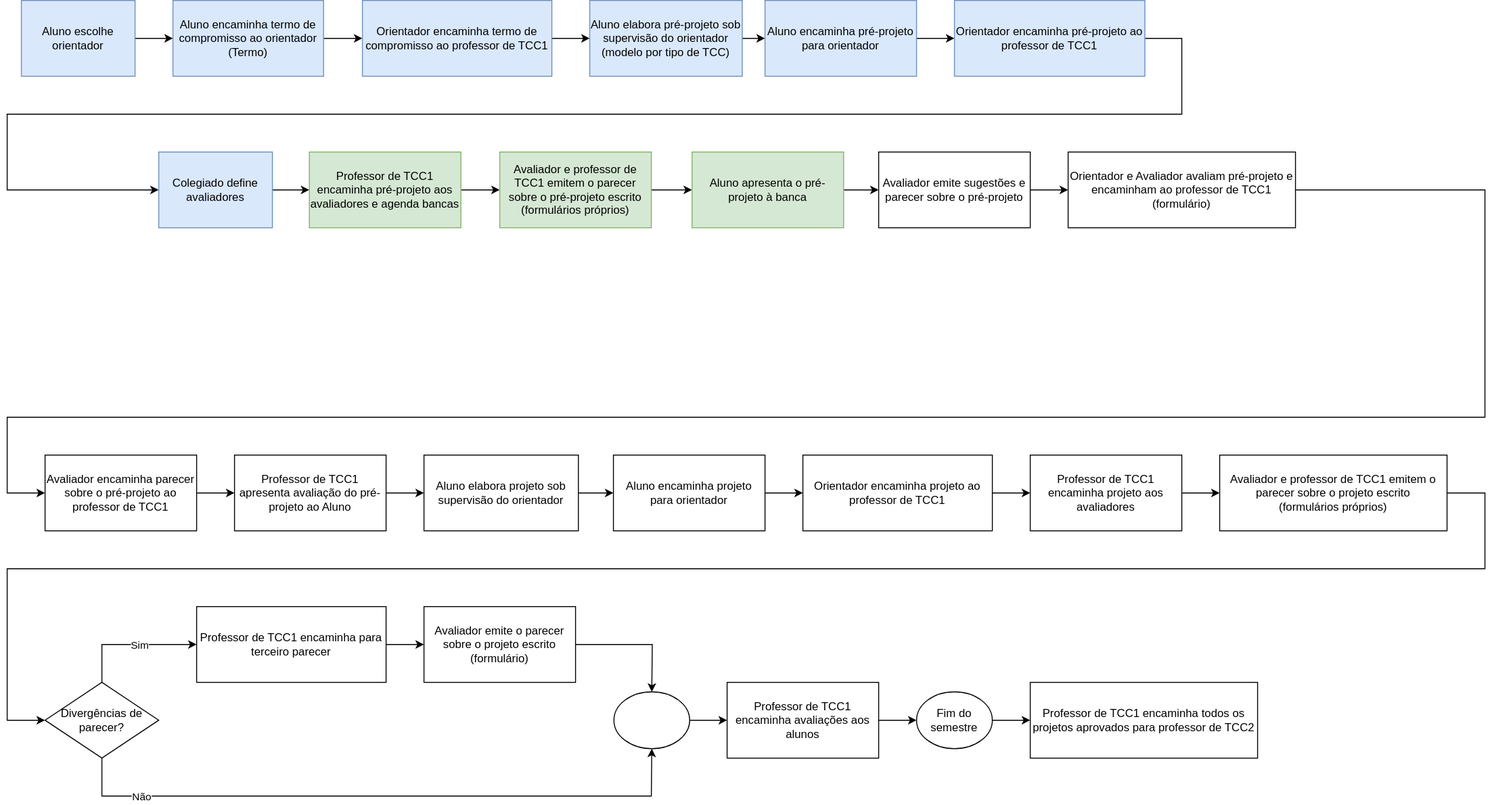
This is _BCC/Cronogramas/cronogramaFluxograma.drawio.svg from dalton-reis/disciplina_TCC1_Privado, a draw.io export, as it was before one commit. Source tidied: cells renumbered, new cells last; positions are measured from the earlier drawing's top-left corner, leaving out a move shared by most shapes.
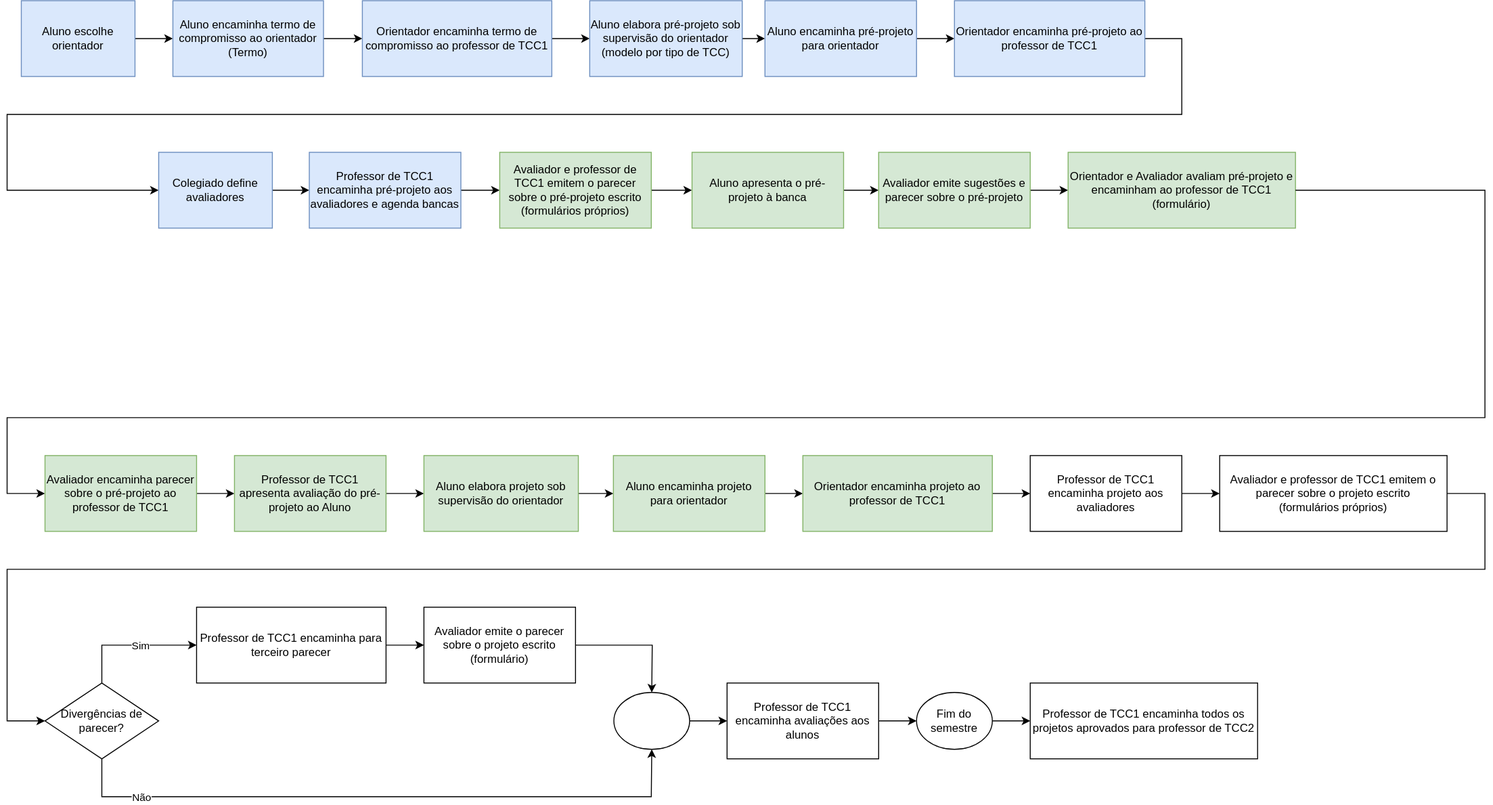
Above is the later version.

What changed in the source:
```diff
@@ -57,7 +57,7 @@
     <mxCell id="17" style="edgeStyle=orthogonalEdgeStyle;rounded=0;jettySize=auto;html=1;fontColor=#000000;" parent="1" edge="1" source="18" target="27">
       <mxGeometry relative="1" as="geometry" />
     </mxCell>
-    <mxCell id="18" value="Professor de TCC1 encaminha pré-projeto aos avaliadores e agenda bancas" style="whiteSpace=wrap;html=1;fillColor=#d5e8d4;strokeColor=#82b366;" parent="1" vertex="1">
+    <mxCell id="18" value="Professor de TCC1 encaminha pré-projeto aos avaliadores e agenda bancas" style="whiteSpace=wrap;html=1;fillColor=#dae8fc;strokeColor=#6c8ebf;" parent="1" vertex="1">
       <mxGeometry x="319" y="160" width="160" height="80" as="geometry" />
     </mxCell>
     <mxCell id="19" style="edgeStyle=orthogonalEdgeStyle;rounded=0;jettySize=auto;html=1;fontColor=#000000;" parent="1" edge="1" source="20" target="22">
@@ -69,10 +69,10 @@
     <mxCell id="21" style="edgeStyle=orthogonalEdgeStyle;rounded=0;jettySize=auto;html=1;fontColor=#000000;" parent="1" edge="1" source="22" target="23">
       <mxGeometry relative="1" as="geometry" />
     </mxCell>
-    <mxCell id="22" value="Avaliador emite sugestões e parecer sobre o pré-projeto" style="whiteSpace=wrap;html=1;" parent="1" vertex="1">
+    <mxCell id="22" value="Avaliador emite sugestões e parecer sobre o pré-projeto" style="whiteSpace=wrap;html=1;fillColor=#d5e8d4;strokeColor=#82b366;" parent="1" vertex="1">
       <mxGeometry x="920" y="160" width="160" height="80" as="geometry" />
     </mxCell>
-    <mxCell id="23" value="Orientador e Avaliador avaliam pré-projeto e encaminham ao professor de TCC1&lt;br&gt;(formulário)" style="whiteSpace=wrap;html=1;" parent="1" vertex="1">
+    <mxCell id="23" value="Orientador e Avaliador avaliam pré-projeto e encaminham ao professor de TCC1&lt;br&gt;(formulário)" style="whiteSpace=wrap;html=1;fillColor=#d5e8d4;strokeColor=#82b366;" parent="1" vertex="1">
       <mxGeometry x="1120" y="160" width="240" height="80" as="geometry" />
     </mxCell>
     <mxCell id="24" style="edgeStyle=orthogonalEdgeStyle;rounded=0;jettySize=auto;html=1;fontColor=#000000;exitX=1;exitY=0.5;exitDx=0;exitDy=0;" parent="1" edge="1" source="23" target="26">
@@ -88,7 +88,7 @@
     <mxCell id="25" style="edgeStyle=orthogonalEdgeStyle;rounded=0;jettySize=auto;html=1;fontColor=#000000;" parent="1" edge="1" source="26" target="29">
       <mxGeometry relative="1" as="geometry" />
     </mxCell>
-    <mxCell id="26" value="Avaliador encaminha parecer sobre o pré-projeto ao professor de TCC1" style="whiteSpace=wrap;html=1;" parent="1" vertex="1">
+    <mxCell id="26" value="Avaliador encaminha parecer sobre o pré-projeto ao professor de TCC1" style="whiteSpace=wrap;html=1;fillColor=#d5e8d4;strokeColor=#82b366;" parent="1" vertex="1">
       <mxGeometry x="40" y="480" width="160" height="80" as="geometry" />
     </mxCell>
     <mxCell id="27" value="Avaliador e professor de TCC1 emitem o parecer sobre o pré-projeto escrito&lt;br&gt;(formulários próprios)" style="whiteSpace=wrap;html=1;fillColor=#d5e8d4;strokeColor=#82b366;" parent="1" vertex="1">
@@ -97,25 +97,25 @@
     <mxCell id="28" style="edgeStyle=orthogonalEdgeStyle;rounded=0;jettySize=auto;html=1;fontColor=#000000;" parent="1" edge="1" source="29" target="31">
       <mxGeometry relative="1" as="geometry" />
     </mxCell>
-    <mxCell id="29" value="Professor de TCC1 apresenta avaliação do pré-projeto ao Aluno" style="whiteSpace=wrap;html=1;" parent="1" vertex="1">
+    <mxCell id="29" value="Professor de TCC1 apresenta avaliação do pré-projeto ao Aluno" style="whiteSpace=wrap;html=1;fillColor=#d5e8d4;strokeColor=#82b366;" parent="1" vertex="1">
       <mxGeometry x="240" y="480" width="160" height="80" as="geometry" />
     </mxCell>
     <mxCell id="30" style="edgeStyle=orthogonalEdgeStyle;rounded=0;jettySize=auto;html=1;fontColor=#000000;" parent="1" edge="1" source="31" target="33">
       <mxGeometry relative="1" as="geometry" />
     </mxCell>
-    <mxCell id="31" value="Aluno elabora projeto sob supervisão do orientador" style="whiteSpace=wrap;html=1;" parent="1" vertex="1">
+    <mxCell id="31" value="Aluno elabora projeto sob supervisão do orientador" style="whiteSpace=wrap;html=1;fillColor=#d5e8d4;strokeColor=#82b366;" parent="1" vertex="1">
       <mxGeometry x="440" y="480" width="163" height="80" as="geometry" />
     </mxCell>
     <mxCell id="32" style="edgeStyle=orthogonalEdgeStyle;rounded=0;jettySize=auto;html=1;fontColor=#000000;" parent="1" edge="1" source="33" target="35">
       <mxGeometry relative="1" as="geometry" />
     </mxCell>
-    <mxCell id="33" value="Aluno encaminha projeto para orientador" style="whiteSpace=wrap;html=1;" parent="1" vertex="1">
+    <mxCell id="33" value="Aluno encaminha projeto para orientador" style="whiteSpace=wrap;html=1;fillColor=#d5e8d4;strokeColor=#82b366;" parent="1" vertex="1">
       <mxGeometry x="640" y="480" width="160" height="80" as="geometry" />
     </mxCell>
     <mxCell id="34" style="edgeStyle=orthogonalEdgeStyle;rounded=0;jettySize=auto;html=1;fontColor=#000000;" parent="1" edge="1" source="35" target="37">
       <mxGeometry relative="1" as="geometry" />
     </mxCell>
-    <mxCell id="35" value="Orientador encaminha projeto ao professor de TCC1" style="whiteSpace=wrap;html=1;" parent="1" vertex="1">
+    <mxCell id="35" value="Orientador encaminha projeto ao professor de TCC1" style="whiteSpace=wrap;html=1;fillColor=#d5e8d4;strokeColor=#82b366;" parent="1" vertex="1">
       <mxGeometry x="840" y="480" width="200" height="80" as="geometry" />
     </mxCell>
     <mxCell id="36" style="edgeStyle=orthogonalEdgeStyle;rounded=0;jettySize=auto;html=1;fontColor=#000000;" parent="1" edge="1" source="37" target="39">
```
